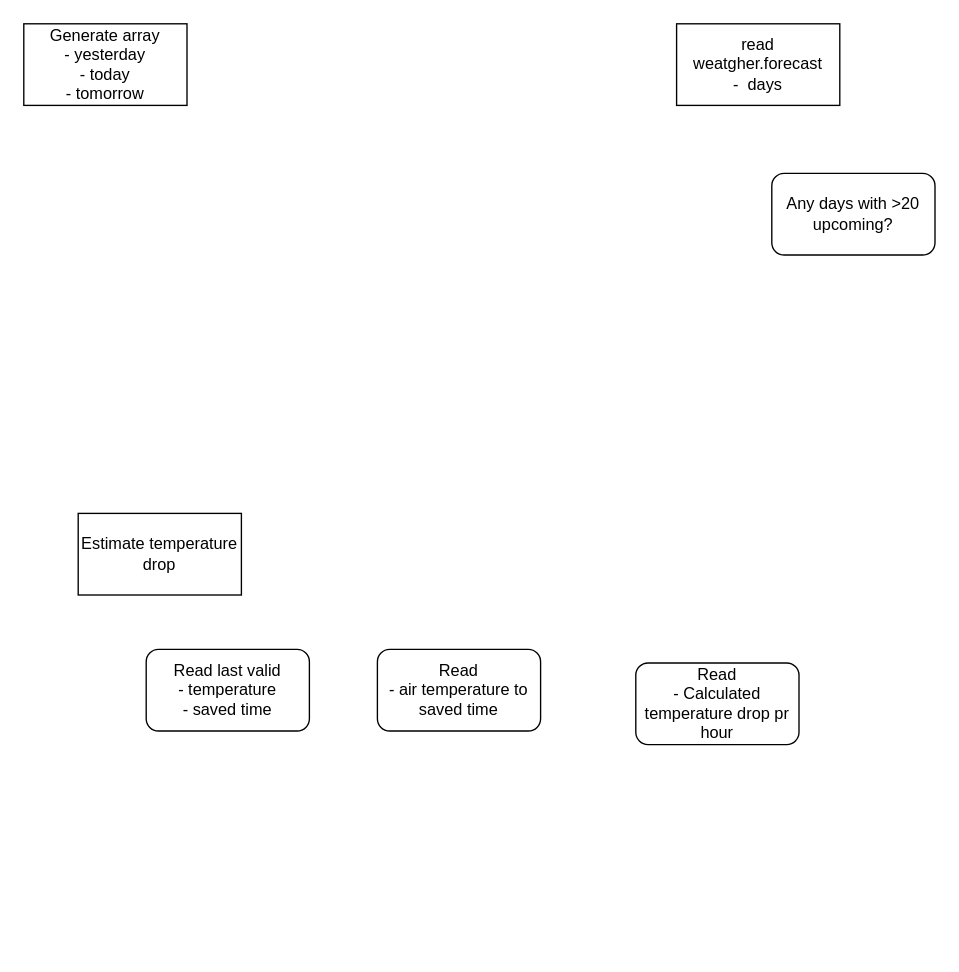
This is Heating.drawio from DagOveH/Home-Assistant, a draw.io file, before an edit. Source tidied: cells renumbered, new cells numbered last; positions are measured from the earlier drawing's top-left corner, leaving out a move shared by most shapes. Both pictures are drawn from the tidied source at 136%, with x=0, y=0 at pixel (23, 23).
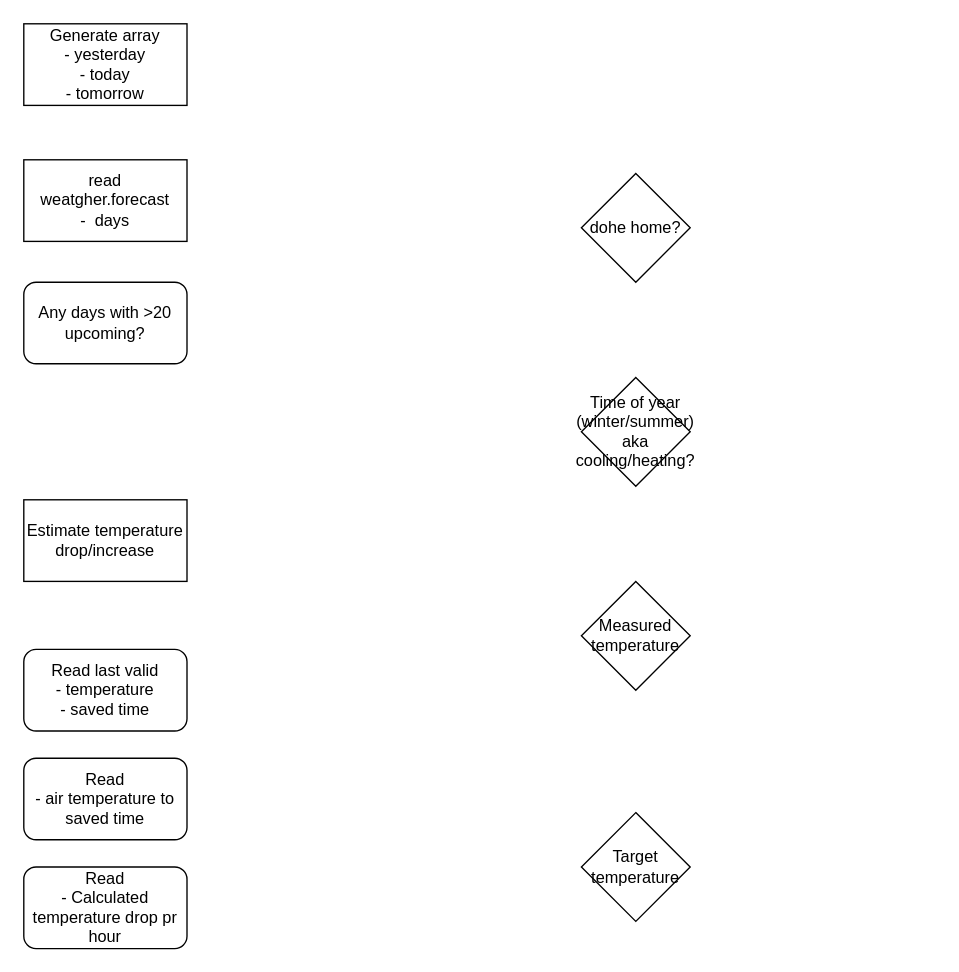
Above is the later version.

Diff of the diagram source:
```diff
@@
 <mxGraphModel>
   <root>
     <mxCell id="0" />
     <mxCell id="1" parent="0" />
-    <mxCell id="2" value="Estimate temperature drop" style="rounded=0;whiteSpace=wrap;html=1;" parent="1" vertex="1">
-      <mxGeometry x="40" y="360" width="120" height="60" as="geometry" />
+    <mxCell id="2" value="Estimate temperature drop/increase" style="rounded=0;whiteSpace=wrap;html=1;" parent="1" vertex="1">
+      <mxGeometry y="350" width="120" height="60" as="geometry" />
     </mxCell>
     <mxCell id="3" value="Read last valid&lt;div&gt;- temperature&lt;/div&gt;&lt;div&gt;- saved time&lt;/div&gt;" style="rounded=1;whiteSpace=wrap;html=1;" parent="1" vertex="1">
-      <mxGeometry x="90" y="460" width="120" height="60" as="geometry" />
+      <mxGeometry y="460" width="120" height="60" as="geometry" />
     </mxCell>
     <mxCell id="4" value="Read&lt;div&gt;- air temperature to saved time&lt;/div&gt;" style="rounded=1;whiteSpace=wrap;html=1;" parent="1" vertex="1">
-      <mxGeometry x="260" y="460" width="120" height="60" as="geometry" />
+      <mxGeometry y="540" width="120" height="60" as="geometry" />
     </mxCell>
     <mxCell id="5" value="Read&lt;div&gt;- Calculated temperature drop pr hour&lt;/div&gt;" style="rounded=1;whiteSpace=wrap;html=1;" parent="1" vertex="1">
-      <mxGeometry x="450" y="470" width="120" height="60" as="geometry" />
+      <mxGeometry y="620" width="120" height="60" as="geometry" />
     </mxCell>
     <mxCell id="6" value="Generate array&lt;div&gt;- yesterday&lt;/div&gt;&lt;div&gt;- today&lt;/div&gt;&lt;div&gt;- tomorrow&lt;/div&gt;" style="rounded=0;whiteSpace=wrap;html=1;" parent="1" vertex="1">
       <mxGeometry width="120" height="60" as="geometry" />
     </mxCell>
     <mxCell id="7" value="Any days with &amp;gt;20 upcoming?" style="rounded=1;whiteSpace=wrap;html=1;" parent="1" vertex="1">
-      <mxGeometry x="550" y="110" width="120" height="60" as="geometry" />
+      <mxGeometry y="190" width="120" height="60" as="geometry" />
     </mxCell>
     <mxCell id="8" value="read weatgher.forecast&lt;div&gt;-&amp;nbsp; days&lt;/div&gt;" style="rounded=0;whiteSpace=wrap;html=1;" parent="1" vertex="1">
-      <mxGeometry x="480" width="120" height="60" as="geometry" />
+      <mxGeometry y="100" width="120" height="60" as="geometry" />
     </mxCell>
+    <mxCell id="9" value="dohe home?" style="rhombus;whiteSpace=wrap;html=1;" parent="1" vertex="1">
+      <mxGeometry x="410" y="110" width="80" height="80" as="geometry" />
+    </mxCell>
+    <mxCell id="10" value="Time of year&lt;div&gt;(winter/summer) aka cooling/heating?&lt;/div&gt;" style="rhombus;whiteSpace=wrap;html=1;" parent="1" vertex="1">
+      <mxGeometry x="410" y="260" width="80" height="80" as="geometry" />
+    </mxCell>
+    <mxCell id="11" value="Measured temperature" style="rhombus;whiteSpace=wrap;html=1;" parent="1" vertex="1">
+      <mxGeometry x="410" y="410" width="80" height="80" as="geometry" />
+    </mxCell>
+    <mxCell id="12" value="Target temperature" style="rhombus;whiteSpace=wrap;html=1;" parent="1" vertex="1">
+      <mxGeometry x="410" y="580" width="80" height="80" as="geometry" />
+    </mxCell>
   </root>
 </mxGraphModel>
```
